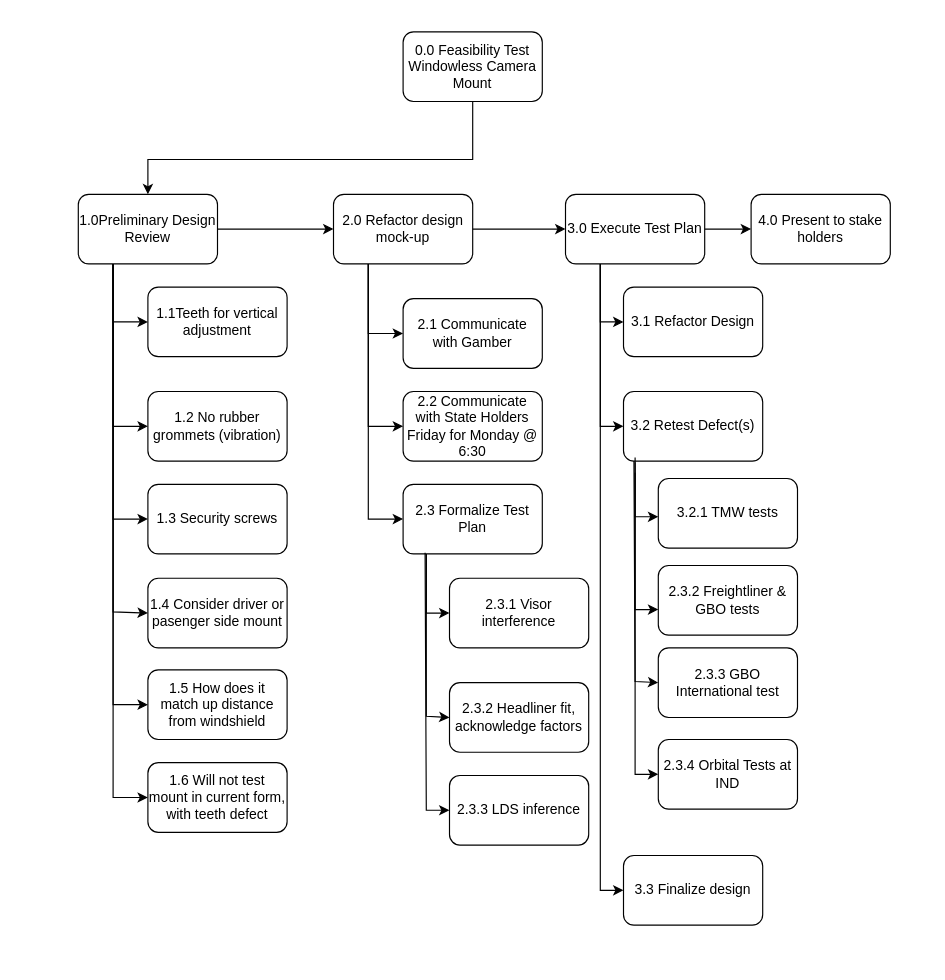
Before: WBS Window-less Lytx Camera Mount.drawio in RustyTruck/plc4trucksduck, a draw.io diagram. Source tidied: cells renumbered, new cells numbered last; positions are measured from the earlier drawing's top-left corner, leaving out a move shared by most shapes. Both pictures are drawn from the tidied source at 116%, with x=0, y=0 at pixel (78, 31).
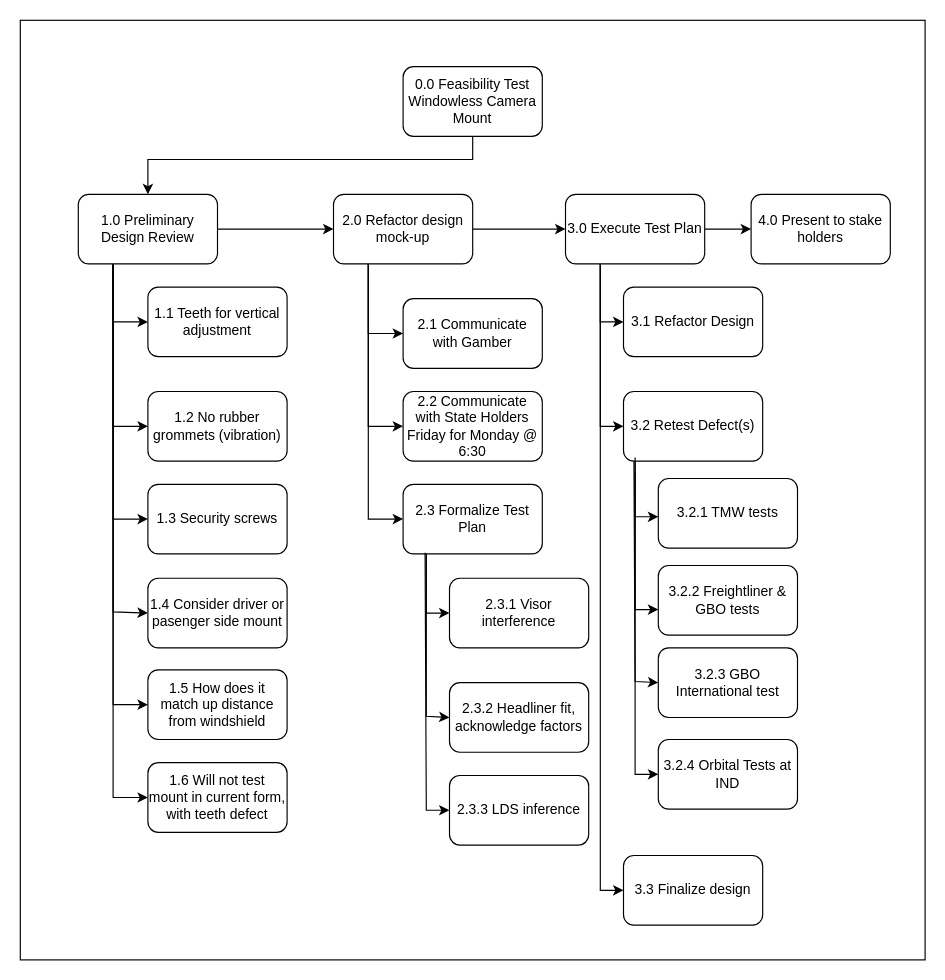
The same page after the edit.

The edit, as a diff of the source:
```diff
@@
+    <mxCell id="49" style="rounded=0;whiteSpace=wrap;html=1;" parent="1" vertex="1">
+      <mxGeometry x="-50" y="-10" width="780" height="810" as="geometry" />
+    </mxCell>
     <mxCell id="2" value="0.0 Feasibility Test Windowless Camera Mount" style="rounded=1;whiteSpace=wrap;html=1;" parent="1" vertex="1">
-      <mxGeometry x="280" width="120" height="60" as="geometry" />
+      <mxGeometry x="280" y="30" width="120" height="60" as="geometry" />
     </mxCell>
-    <mxCell id="3" value="1.0Preliminary Design Review" style="rounded=1;whiteSpace=wrap;html=1;" parent="1" vertex="1">
+    <mxCell id="3" value="1.0 Preliminary Design Review" style="rounded=1;whiteSpace=wrap;html=1;" parent="1" vertex="1">
       <mxGeometry y="140" width="120" height="60" as="geometry" />
     </mxCell>
@@
-    <mxCell id="14" value="1.1Teeth for vertical adjustment" style="rounded=1;whiteSpace=wrap;html=1;" parent="1" vertex="1">
+    <mxCell id="14" value="1.1 Teeth for vertical adjustment" style="rounded=1;whiteSpace=wrap;html=1;" parent="1" vertex="1">
       <mxGeometry x="60" y="220" width="120" height="60" as="geometry" />
     </mxCell>
@@
-    <mxCell id="42" value="2.3.2 Freightliner &amp;amp; GBO tests" style="rounded=1;whiteSpace=wrap;html=1;" parent="1" vertex="1">
+    <mxCell id="42" value="3.2.2 Freightliner &amp;amp; GBO tests" style="rounded=1;whiteSpace=wrap;html=1;" parent="1" vertex="1">
       <mxGeometry x="500" y="460" width="120" height="60" as="geometry" />
     </mxCell>
-    <mxCell id="43" value="2.3.4 Orbital Tests at IND" style="rounded=1;whiteSpace=wrap;html=1;" parent="1" vertex="1">
+    <mxCell id="43" value="3.2.4 Orbital Tests at IND" style="rounded=1;whiteSpace=wrap;html=1;" parent="1" vertex="1">
       <mxGeometry x="500" y="610" width="120" height="60" as="geometry" />
     </mxCell>
@@
-    <mxCell id="47" value="2.3.3 GBO International test" style="rounded=1;whiteSpace=wrap;html=1;" parent="1" vertex="1">
+    <mxCell id="47" value="3.2.3 GBO International test" style="rounded=1;whiteSpace=wrap;html=1;" parent="1" vertex="1">
       <mxGeometry x="500" y="531" width="120" height="60" as="geometry" />
     </mxCell>
```
